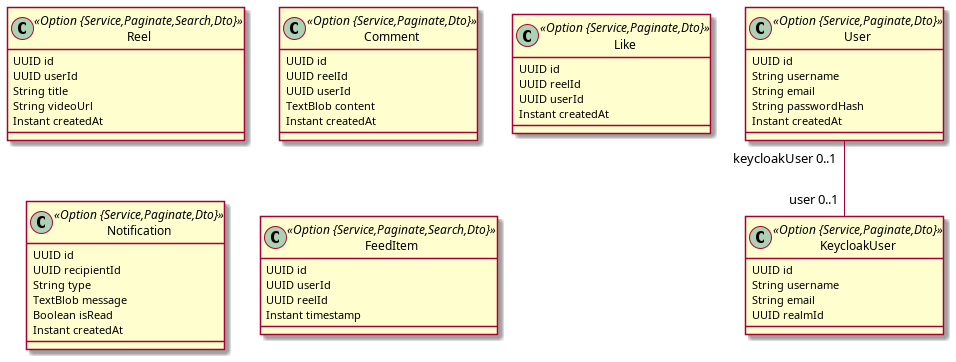
The PlantUML diagram docs/jdl/app.png in phungle2508/AppF4, before a commit.
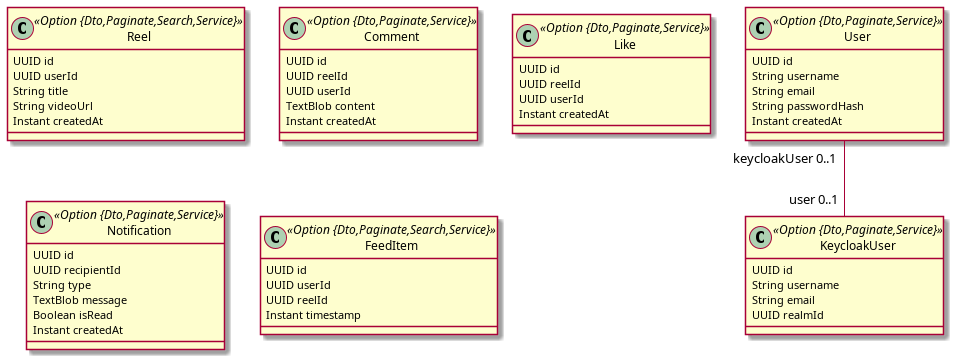
Later version of the same file.

What changed in the source:
```diff
@@ -1,39 +1,39 @@
 @startuml
 	!pragma syntax class
-	class User <<Option {Service,Paginate,Dto}>> {
+	class User <<Option {Dto,Paginate,Service}>> {
 		UUID id
 		String username
 		String email
 		String passwordHash
 		Instant createdAt
 	}
-	class KeycloakUser <<Option {Service,Paginate,Dto}>> {
+	class KeycloakUser <<Option {Dto,Paginate,Service}>> {
 		UUID id
 		String username
 		String email
 		UUID realmId
 	}
-	class Reel <<Option {Service,Paginate,Search,Dto}>> {
+	class Reel <<Option {Dto,Paginate,Search,Service}>> {
 		UUID id
 		UUID userId
 		String title
 		String videoUrl
 		Instant createdAt
 	}
-	class Comment <<Option {Service,Paginate,Dto}>> {
+	class Comment <<Option {Dto,Paginate,Service}>> {
 		UUID id
 		UUID reelId
 		UUID userId
 		TextBlob content
 		Instant createdAt
 	}
-	class Like <<Option {Service,Paginate,Dto}>> {
+	class Like <<Option {Dto,Paginate,Service}>> {
 		UUID id
 		UUID reelId
 		UUID userId
 		Instant createdAt
 	}
-	class Notification <<Option {Service,Paginate,Dto}>> {
+	class Notification <<Option {Dto,Paginate,Service}>> {
 		UUID id
 		UUID recipientId
 		String type
@@ -41,7 +41,7 @@
 		Boolean isRead
 		Instant createdAt
 	}
-	class FeedItem <<Option {Service,Paginate,Search,Dto}>> {
+	class FeedItem <<Option {Dto,Paginate,Search,Service}>> {
 		UUID id
 		UUID userId
 		UUID reelId
```
